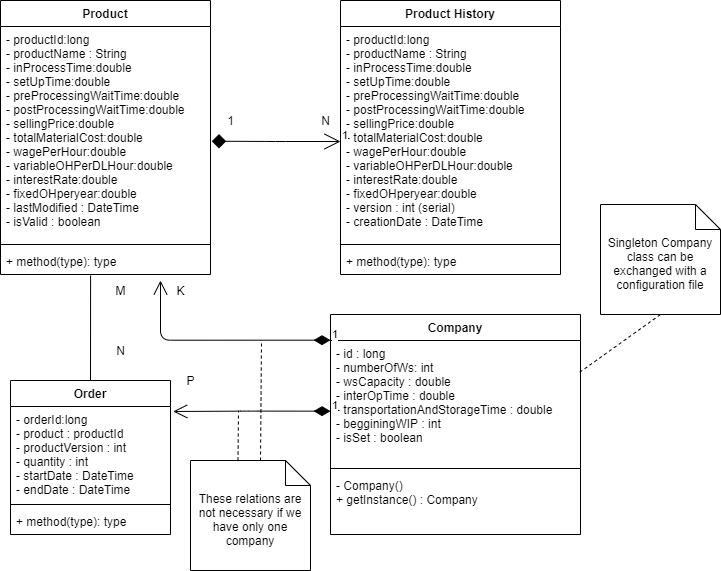
This is domain model/production_planner.png from MilenaTrajanoska/production_planner, a draw.io export, as it was before one commit. Source tidied: cells renumbered, new cells last; positions are measured from the earlier drawing's top-left corner, leaving out a move shared by most shapes.
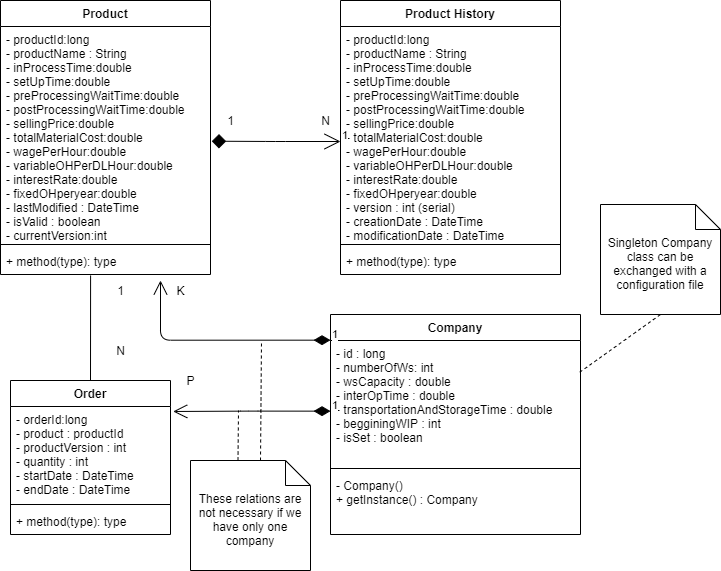
The same diagram one commit later.

The edit, as a diff of the source:
```diff
@@ -5,7 +5,7 @@
     <mxCell id="2" value="Product" style="swimlane;fontStyle=1;align=center;verticalAlign=top;horizontal=1;startSize=26;" parent="1" vertex="1">
       <mxGeometry width="210" height="274" as="geometry" />
     </mxCell>
-    <mxCell id="3" value="- productId:long&#10;- productName : String&#10;- inProcessTime:double&#10;- setUpTime:double&#10;- preProcessingWaitTime:double&#10;- postProcessingWaitTime:double&#10;- sellingPrice:double&#10;- totalMaterialCost:double&#10;- wagePerHour:double&#10;- variableOHPerDLHour:double&#10;- interestRate:double&#10;- fixedOHperyear:double&#10;- lastModified : DateTime&#10;- isValid : boolean&#10;" style="text;strokeColor=none;fillColor=none;align=left;verticalAlign=top;spacingLeft=4;spacingRight=4;overflow=hidden;points=[[0,0.5],[1,0.5]];portConstraint=eastwest;" parent="2" vertex="1">
+    <mxCell id="3" value="- productId:long&#10;- productName : String&#10;- inProcessTime:double&#10;- setUpTime:double&#10;- preProcessingWaitTime:double&#10;- postProcessingWaitTime:double&#10;- sellingPrice:double&#10;- totalMaterialCost:double&#10;- wagePerHour:double&#10;- variableOHPerDLHour:double&#10;- interestRate:double&#10;- fixedOHperyear:double&#10;- lastModified : DateTime&#10;- isValid : boolean&#10;- currentVersion:int&#10;" style="text;strokeColor=none;fillColor=none;align=left;verticalAlign=top;spacingLeft=4;spacingRight=4;overflow=hidden;points=[[0,0.5],[1,0.5]];portConstraint=eastwest;" parent="2" vertex="1">
       <mxGeometry y="26" width="210" height="214" as="geometry" />
     </mxCell>
     <mxCell id="4" style="line;strokeWidth=1;fillColor=none;align=left;verticalAlign=middle;spacingTop=-1;spacingLeft=3;spacingRight=3;labelPosition=right;" parent="2" vertex="1">
@@ -17,7 +17,7 @@
     <mxCell id="6" value="Product History" style="swimlane;fontStyle=1;align=center;verticalAlign=top;horizontal=1;startSize=26;" parent="1" vertex="1">
       <mxGeometry x="340" width="220" height="274" as="geometry" />
     </mxCell>
-    <mxCell id="7" value="- productId:long&#10;- productName : String&#10;- inProcessTime:double&#10;- setUpTime:double&#10;- preProcessingWaitTime:double&#10;- postProcessingWaitTime:double&#10;- sellingPrice:double&#10;- totalMaterialCost:double&#10;- wagePerHour:double&#10;- variableOHPerDLHour:double&#10;- interestRate:double&#10;- fixedOHperyear:double&#10;- version : int (serial)&#10;- creationDate : DateTime&#10;" style="text;strokeColor=none;fillColor=none;align=left;verticalAlign=top;spacingLeft=4;spacingRight=4;overflow=hidden;" parent="6" vertex="1">
+    <mxCell id="7" value="- productId:long&#10;- productName : String&#10;- inProcessTime:double&#10;- setUpTime:double&#10;- preProcessingWaitTime:double&#10;- postProcessingWaitTime:double&#10;- sellingPrice:double&#10;- totalMaterialCost:double&#10;- wagePerHour:double&#10;- variableOHPerDLHour:double&#10;- interestRate:double&#10;- fixedOHperyear:double&#10;- version : int (serial)&#10;- creationDate : DateTime&#10;- modificationDate : DateTime&#10;" style="text;strokeColor=none;fillColor=none;align=left;verticalAlign=top;spacingLeft=4;spacingRight=4;overflow=hidden;" parent="6" vertex="1">
       <mxGeometry y="26" width="220" height="214" as="geometry" />
     </mxCell>
     <mxCell id="8" style="line;strokeWidth=1;fillColor=none;align=left;verticalAlign=middle;spacingTop=-1;spacingLeft=3;spacingRight=3;labelPosition=right;" parent="6" vertex="1">
@@ -44,8 +44,8 @@
     <mxCell id="15" style="endArrow=none;html=1;entryX=0.429;entryY=1.038;entryDx=0;entryDy=0;entryPerimeter=0;exitX=0.5;exitY=0;exitDx=0;exitDy=0;" parent="1" edge="1" source="11" target="5">
       <mxGeometry relative="1" as="geometry" />
     </mxCell>
-    <mxCell id="16" value="M" style="text;html=1;align=center;verticalAlign=middle;strokeColor=none;" parent="1" vertex="1">
-      <mxGeometry x="105" y="280" width="30" height="20" as="geometry" />
+    <mxCell id="16" value="1" style="text;html=1;align=center;verticalAlign=middle;strokeColor=none;" parent="1" vertex="1">
+      <mxGeometry x="110" y="280" width="20" height="20" as="geometry" />
     </mxCell>
     <mxCell id="17" value="N" style="text;html=1;align=center;verticalAlign=middle;strokeColor=none;" parent="1" vertex="1">
       <mxGeometry x="110" y="340" width="20" height="20" as="geometry" />
```
